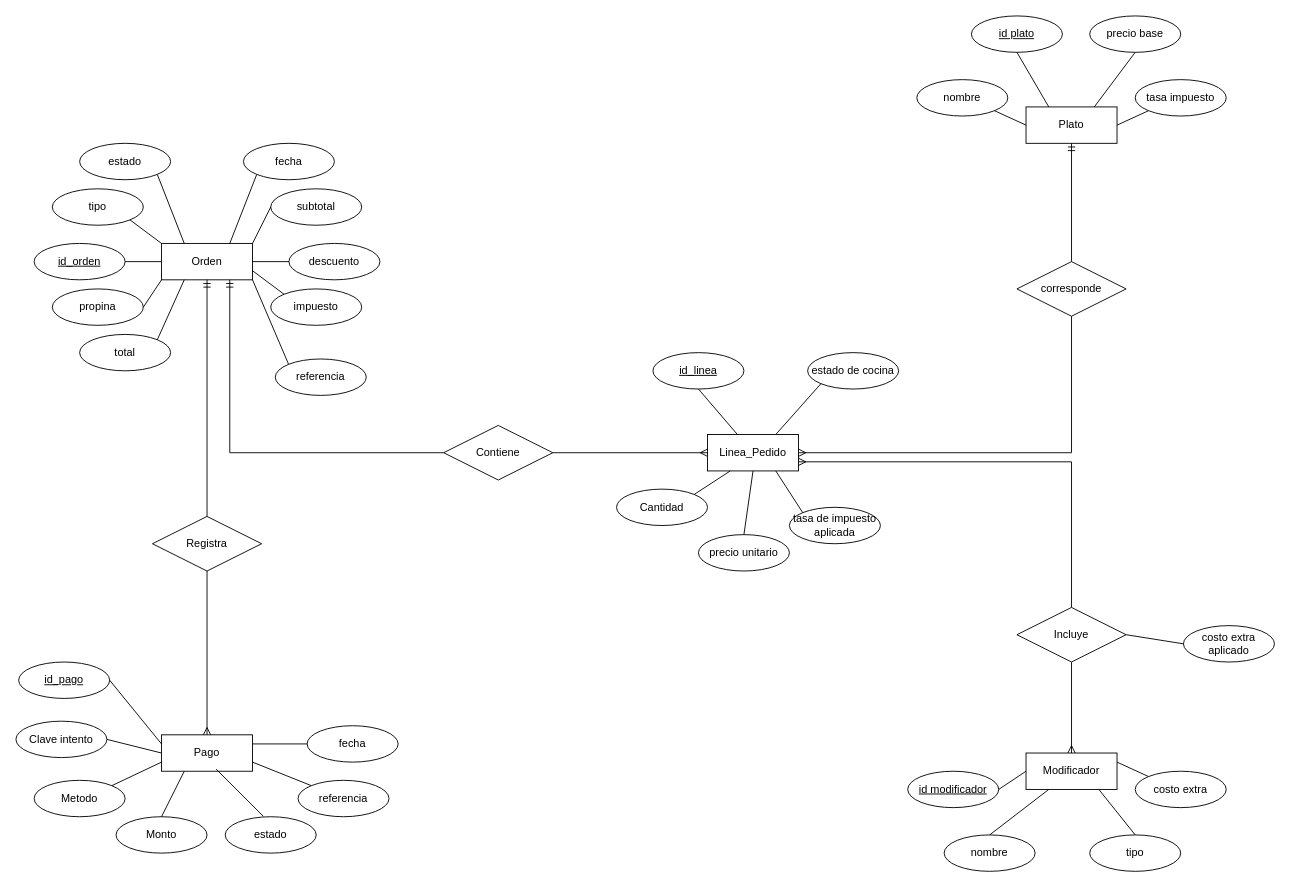
Above: diagrama_er_as.drawio in JahirFz/Mapas (draw.io), before the change. Source tidied: cells renumbered, new cells numbered last; positions are measured from the earlier drawing's top-left corner, leaving out a move shared by most shapes. Both pictures are drawn from the tidied source at 91%, with x=0, y=0 at pixel (15, 15).
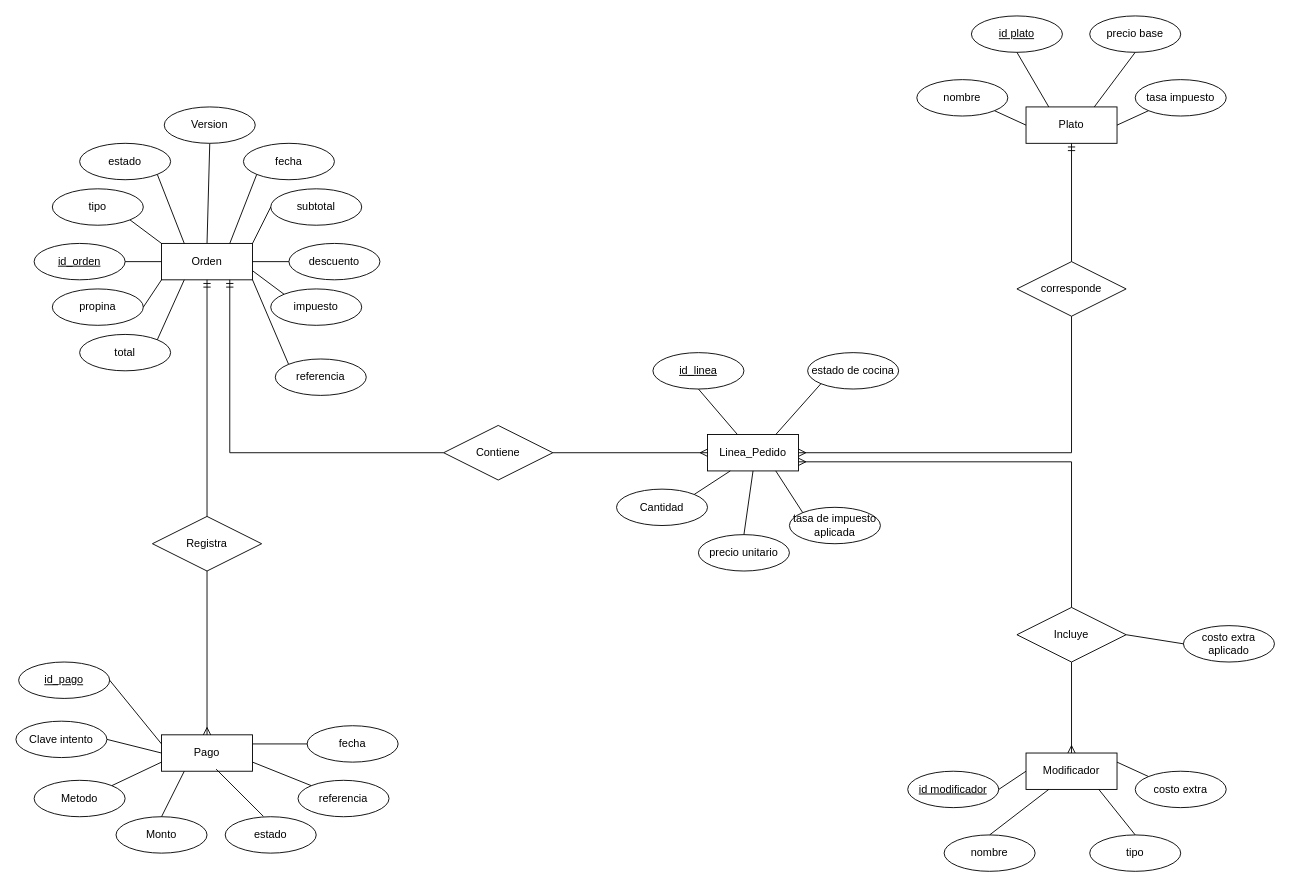
The same page after the edit.

Unchanged cells that the change refers to:
```xml
<mxCell id="2" value="Orden" style="whiteSpace=wrap;html=1;align=center;" parent="1" vertex="1">
  <mxGeometry x="160" y="250" width="100" height="40" as="geometry" />
</mxCell>
```

What changed in the source:
```diff
@@
+    <mxCell id="81" style="rounded=0;jettySize=auto;html=1;exitX=0.5;exitY=0;exitDx=0;exitDy=0;entryX=0.5;entryY=1;entryDx=0;entryDy=0;endArrow=none;endFill=0;" parent="1" edge="1" source="2" target="82">
+      <mxGeometry x="-0.16" relative="1" as="geometry" />
+    </mxCell>
@@
+    <mxCell id="82" value="Version" style="ellipse;whiteSpace=wrap;html=1;align=center;" parent="1" vertex="1">
+      <mxGeometry x="163" y="100" width="100" height="40" as="geometry" />
+    </mxCell>
```
